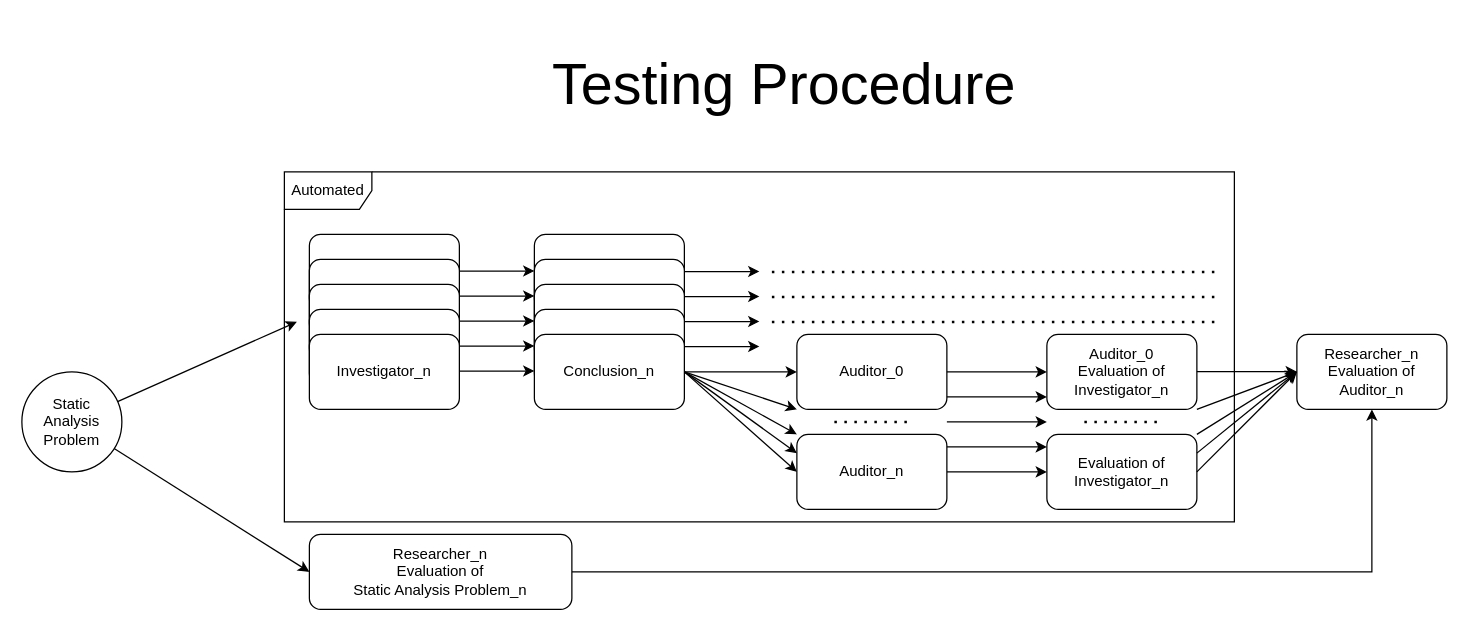
Before: docs/testingProcess.drawio in Engineering-Research-in-Software/llm-static-analysis, a draw.io diagram. Source tidied: cells renumbered, new cells numbered last; positions are measured from the earlier drawing's top-left corner, leaving out a move shared by most shapes. Both pictures are drawn from the tidied source at 125%, with x=0, y=0 at pixel (21, 21).
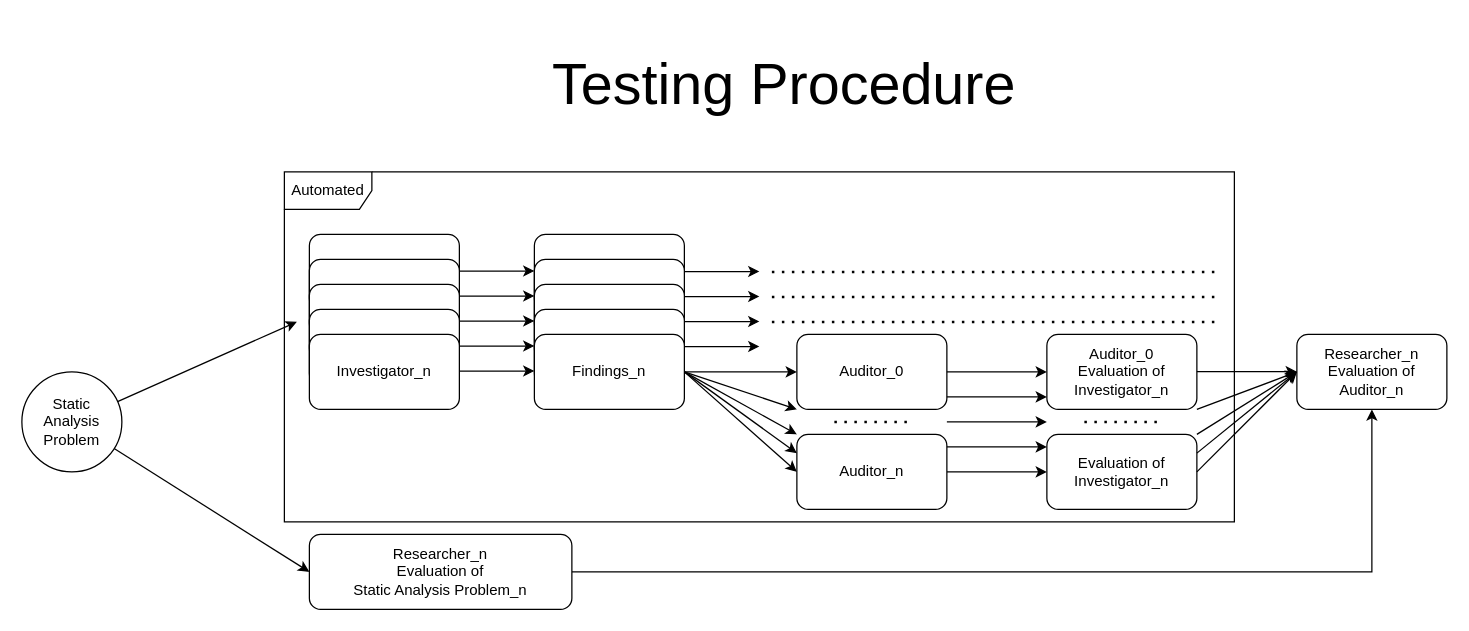
Above is the later version.

Commit message (it also covers changes not shown here):
sublist split

Change to the diagram source:
```diff
@@
-    <mxCell id="20" value="Conclusion_n" style="rounded=1;whiteSpace=wrap;html=1;" parent="1" vertex="1">
+    <mxCell id="20" value="Findings_n" style="rounded=1;whiteSpace=wrap;html=1;" parent="1" vertex="1">
       <mxGeometry x="410" y="250" width="120" height="60" as="geometry" />
     </mxCell>
```
